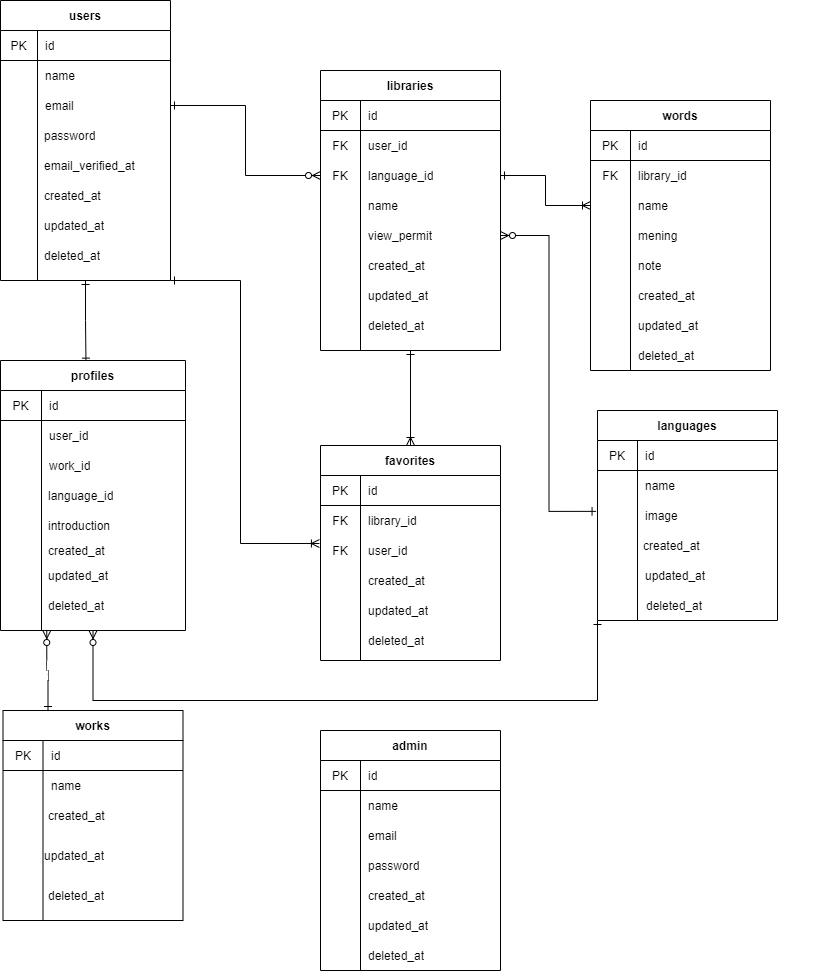
This is Database/Database.drawio.png from axxxhiratani/MyLibrary, a draw.io export, as it was before one commit. Source tidied: cells renumbered, new cells last; positions are measured from the earlier drawing's top-left corner, leaving out a move shared by most shapes.
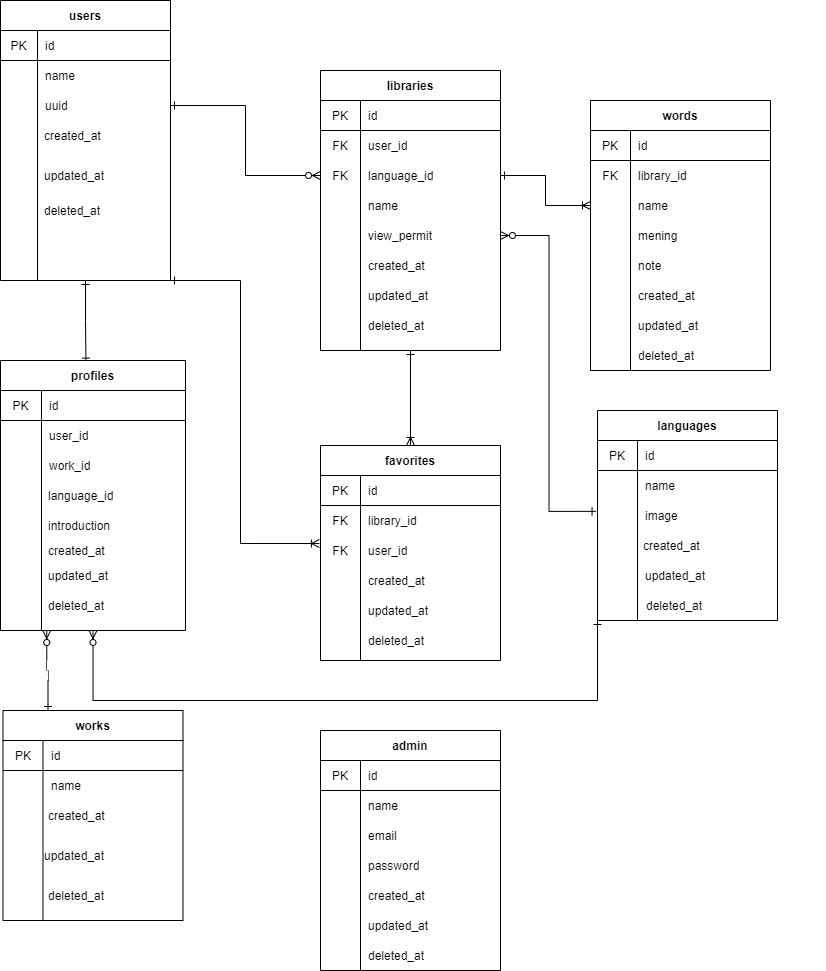
Later version of the same file.

Diff of the diagram source:
```diff
@@ -40,12 +40,9 @@
     <mxCell id="12" style="shape=partialRectangle;html=1;whiteSpace=wrap;fillColor=none;top=0;left=0;bottom=0;right=0;overflow=hidden;" parent="11" vertex="1">
       <mxGeometry width="37" height="30" as="geometry" />
     </mxCell>
-    <mxCell id="13" value="email" style="shape=partialRectangle;html=1;whiteSpace=wrap;fillColor=none;top=0;left=0;bottom=0;right=0;align=left;spacingLeft=6;overflow=hidden;" parent="11" vertex="1">
+    <mxCell id="13" value="uuid" style="shape=partialRectangle;html=1;whiteSpace=wrap;fillColor=none;top=0;left=0;bottom=0;right=0;align=left;spacingLeft=6;overflow=hidden;" parent="11" vertex="1">
       <mxGeometry x="37" width="133" height="30" as="geometry" />
     </mxCell>
-    <mxCell id="14" value="password" style="shape=partialRectangle;html=1;whiteSpace=wrap;fillColor=none;top=0;left=0;bottom=0;right=0;align=left;spacingLeft=6;overflow=hidden;" parent="1" vertex="1">
-      <mxGeometry x="36" y="120" width="187" height="30" as="geometry" />
-    </mxCell>
     <mxCell id="15" style="edgeStyle=orthogonalEdgeStyle;rounded=0;jettySize=auto;html=1;exitX=0.5;exitY=1;exitDx=0;exitDy=0;entryX=0;entryY=1;entryDx=0;entryDy=0;startArrow=ERzeroToMany;startFill=1;endArrow=ERone;endFill=0;" parent="1" edge="1" source="17" target="57">
       <mxGeometry relative="1" as="geometry">
         <Array as="points">
@@ -280,13 +277,13 @@
       <mxGeometry x="360" y="850" width="140" height="30" as="geometry" />
     </mxCell>
     <mxCell id="91" value="created_at" style="shape=partialRectangle;html=1;whiteSpace=wrap;fillColor=none;top=0;left=0;bottom=0;right=0;align=left;spacingLeft=6;overflow=hidden;" parent="1" vertex="1">
-      <mxGeometry x="36" y="180" width="187" height="30" as="geometry" />
+      <mxGeometry x="36" y="120" width="187" height="30" as="geometry" />
     </mxCell>
     <mxCell id="92" value="updated_at" style="shape=partialRectangle;html=1;whiteSpace=wrap;fillColor=none;top=0;left=0;bottom=0;right=0;align=left;spacingLeft=6;overflow=hidden;" parent="1" vertex="1">
-      <mxGeometry x="36" y="210" width="187" height="30" as="geometry" />
+      <mxGeometry x="36" y="160" width="187" height="30" as="geometry" />
     </mxCell>
     <mxCell id="93" value="deleted_at" style="shape=partialRectangle;html=1;whiteSpace=wrap;fillColor=none;top=0;left=0;bottom=0;right=0;align=left;spacingLeft=6;overflow=hidden;" parent="1" vertex="1">
-      <mxGeometry x="36" y="240" width="187" height="30" as="geometry" />
+      <mxGeometry x="36" y="195" width="187" height="30" as="geometry" />
     </mxCell>
     <mxCell id="94" value="created_at" style="shape=partialRectangle;html=1;whiteSpace=wrap;fillColor=none;top=0;left=0;bottom=0;right=0;align=left;spacingLeft=6;overflow=hidden;" parent="1" vertex="1">
       <mxGeometry x="40" y="535" width="187" height="30" as="geometry" />
@@ -342,9 +339,6 @@
     <mxCell id="111" value="deleted_at" style="shape=partialRectangle;html=1;whiteSpace=wrap;fillColor=none;top=0;left=0;bottom=0;right=0;align=left;spacingLeft=6;overflow=hidden;" parent="1" vertex="1">
       <mxGeometry x="360" y="940" width="187" height="30" as="geometry" />
     </mxCell>
-    <mxCell id="112" value="email_verified_at" style="shape=partialRectangle;html=1;whiteSpace=wrap;fillColor=none;top=0;left=0;bottom=0;right=0;align=left;spacingLeft=6;overflow=hidden;" parent="1" vertex="1">
-      <mxGeometry x="36" y="150" width="187" height="30" as="geometry" />
-    </mxCell>
     <mxCell id="113" value="note" style="shape=partialRectangle;html=1;whiteSpace=wrap;fillColor=none;top=0;left=0;bottom=0;right=0;align=left;spacingLeft=6;overflow=hidden;" parent="1" vertex="1">
       <mxGeometry x="630" y="250" width="140" height="30" as="geometry" />
     </mxCell>
```
